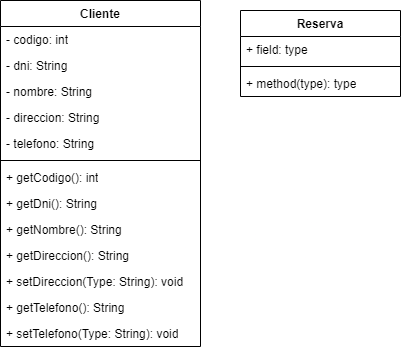
The draw.io diagram unidad-4/Class-Diagram-Maxi/automoviles-maxi.png in mackstm/ets, before a commit. Source tidied: cells renumbered, new cells last; positions are measured from the earlier drawing's top-left corner, leaving out a move shared by most shapes.
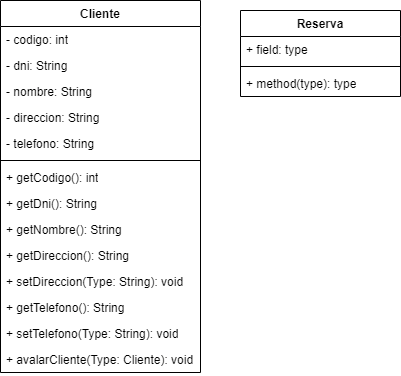
After the change.

What changed in the source:
```diff
@@ -3,7 +3,7 @@
     <mxCell id="0" />
     <mxCell id="1" parent="0" />
     <mxCell id="2" value="Cliente" style="swimlane;fontStyle=1;align=center;verticalAlign=top;horizontal=1;startSize=26;whiteSpace=wrap;html=1;" parent="1" vertex="1">
-      <mxGeometry width="200" height="346" as="geometry" />
+      <mxGeometry width="200" height="372" as="geometry" />
     </mxCell>
     <mxCell id="3" value="- codigo: int" style="text;strokeColor=none;fillColor=none;align=left;verticalAlign=top;spacingLeft=4;spacingRight=4;overflow=hidden;whiteSpace=wrap;html=1;" parent="2" vertex="1">
       <mxGeometry y="26" width="200" height="26" as="geometry" />
@@ -44,6 +44,9 @@
     <mxCell id="15" value="+ setTelefono(Type: String): void" style="text;strokeColor=none;fillColor=none;align=left;verticalAlign=top;spacingLeft=4;spacingRight=4;overflow=hidden;whiteSpace=wrap;html=1;" parent="2" vertex="1">
       <mxGeometry y="320" width="200" height="26" as="geometry" />
     </mxCell>
+    <mxCell id="20" value="+ avalarCliente(Type: Cliente): void" style="text;strokeColor=none;fillColor=none;align=left;verticalAlign=top;spacingLeft=4;spacingRight=4;overflow=hidden;whiteSpace=wrap;html=1;" parent="2" vertex="1">
+      <mxGeometry y="346" width="200" height="26" as="geometry" />
+    </mxCell>
     <mxCell id="16" value="Reserva" style="swimlane;fontStyle=1;align=center;verticalAlign=top;horizontal=1;startSize=26;whiteSpace=wrap;html=1;" parent="1" vertex="1">
       <mxGeometry x="240" y="10" width="160" height="86" as="geometry" />
     </mxCell>
```
